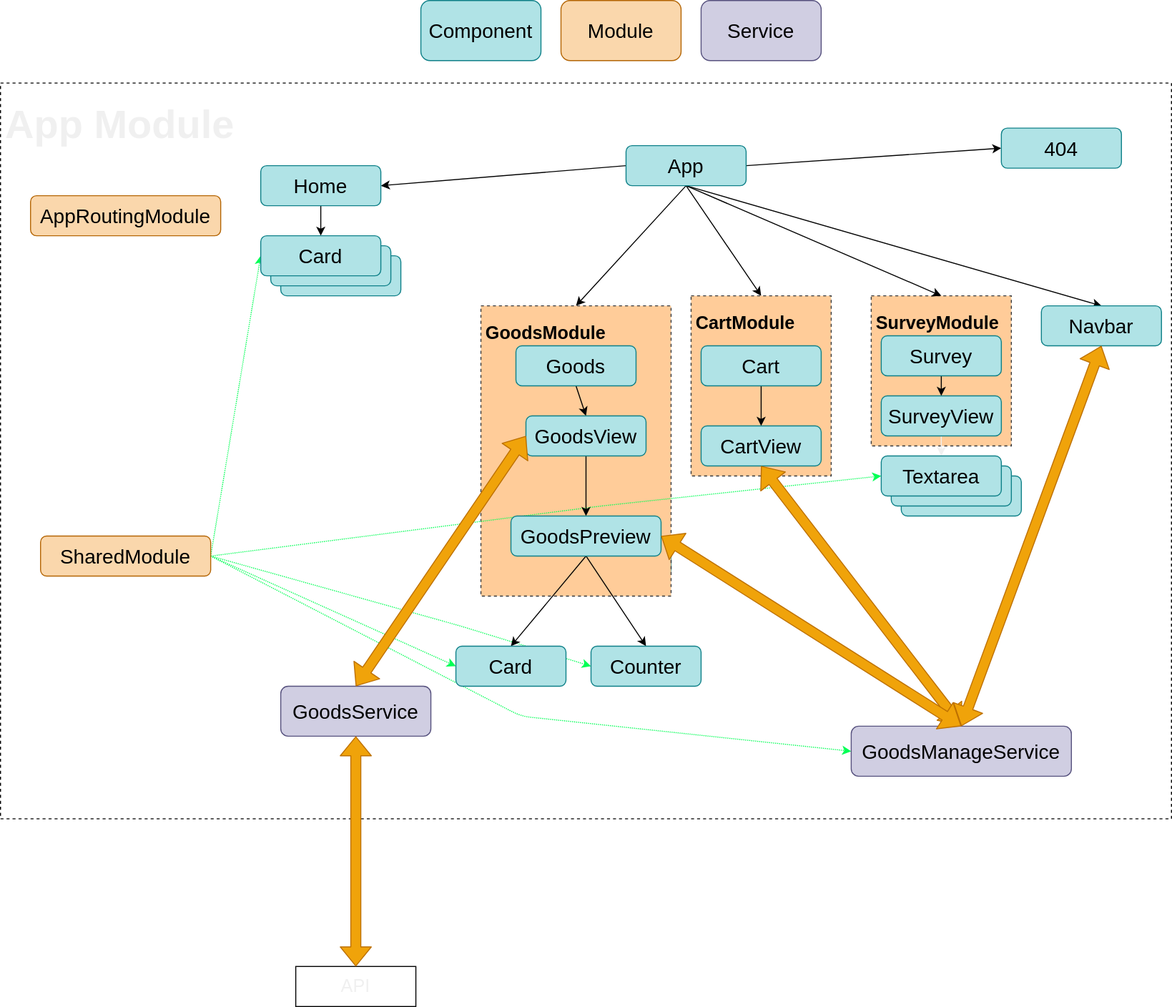
This is demo-structure.drawio.svg from Jsyfer/angular-demo, a draw.io export, as it was before one commit. Source tidied: cells renumbered, new cells last; positions are measured from the earlier drawing's top-left corner, leaving out a move shared by most shapes.
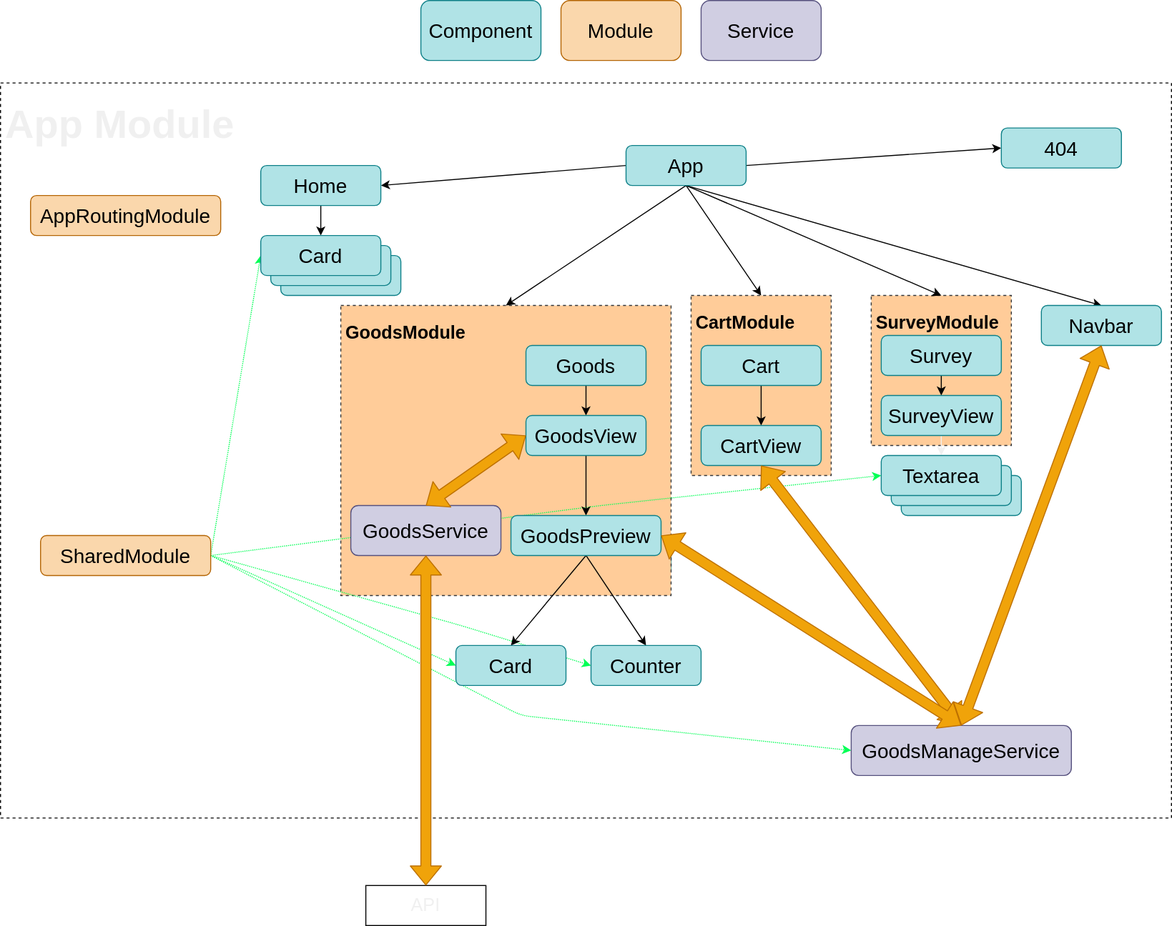
After the commit.

Diff of the diagram source:
```diff
@@ -2,15 +2,15 @@
   <root>
     <mxCell id="0" />
     <mxCell id="1" parent="0" />
+    <mxCell id="4" value="&lt;h1&gt;App Module&lt;/h1&gt;" style="text;html=1;strokeColor=default;fillColor=none;spacing=5;spacingTop=-20;whiteSpace=wrap;overflow=hidden;rounded=0;fontSize=20;fontColor=#F0F0F0;dashed=1;" parent="1" vertex="1">
+      <mxGeometry y="82.5" width="1170" height="735" as="geometry" />
+    </mxCell>
-    <mxCell id="2" value="&lt;h5&gt;&lt;font style=&quot;font-size: 18px&quot; color=&quot;#000000&quot;&gt;SurveyModule&lt;/font&gt;&lt;/h5&gt;" style="text;html=1;strokeColor=#36393d;fillColor=#ffcc99;spacing=5;spacingTop=-20;whiteSpace=wrap;overflow=hidden;rounded=0;fontSize=20;dashed=1;" parent="1" vertex="1">
+    <mxCell id="2" value="&lt;h5&gt;&lt;font style=&quot;font-size: 18px&quot; color=&quot;#000000&quot;&gt;SurveyModule&lt;/font&gt;&lt;/h5&gt;&lt;div&gt;&lt;font style=&quot;font-size: 18px&quot; color=&quot;#000000&quot;&gt;&lt;br&gt;&lt;/font&gt;&lt;/div&gt;" style="text;html=1;strokeColor=#36393d;fillColor=#ffcc99;spacing=5;spacingTop=-20;whiteSpace=wrap;overflow=hidden;rounded=0;fontSize=20;dashed=1;" parent="1" vertex="1">
       <mxGeometry x="870" y="295" width="140" height="150" as="geometry" />
     </mxCell>
     <mxCell id="3" value="&lt;h5&gt;&lt;font style=&quot;font-size: 18px&quot; color=&quot;#000000&quot;&gt;CartModule&lt;/font&gt;&lt;/h5&gt;" style="text;html=1;strokeColor=#36393d;fillColor=#ffcc99;spacing=5;spacingTop=-20;whiteSpace=wrap;overflow=hidden;rounded=0;fontSize=20;dashed=1;" parent="1" vertex="1">
       <mxGeometry x="690" y="295" width="140" height="180" as="geometry" />
     </mxCell>
-    <mxCell id="4" value="&lt;h1&gt;App Module&lt;/h1&gt;" style="text;html=1;strokeColor=default;fillColor=none;spacing=5;spacingTop=-20;whiteSpace=wrap;overflow=hidden;rounded=0;fontSize=20;fontColor=#F0F0F0;dashed=1;" parent="1" vertex="1">
-      <mxGeometry y="82.5" width="1170" height="735" as="geometry" />
-    </mxCell>
     <mxCell id="5" value="&lt;span style=&quot;color: rgb(0 , 0 , 0)&quot;&gt;Textarea&lt;/span&gt;&lt;font color=&quot;#000000&quot;&gt;&lt;br&gt;&lt;/font&gt;" style="rounded=1;whiteSpace=wrap;html=1;fontSize=20;fillColor=#b0e3e6;strokeColor=#0e8088;" parent="1" vertex="1">
       <mxGeometry x="900" y="475" width="120" height="40" as="geometry" />
     </mxCell>
@@ -24,7 +24,7 @@
       <mxGeometry x="510" y="525" width="150" height="40" as="geometry" />
     </mxCell>
     <mxCell id="9" value="&lt;h5&gt;&lt;font style=&quot;font-size: 18px&quot; color=&quot;#000000&quot;&gt;GoodsModule&lt;/font&gt;&lt;/h5&gt;" style="text;html=1;strokeColor=#36393d;fillColor=#ffcc99;spacing=5;spacingTop=-20;whiteSpace=wrap;overflow=hidden;rounded=0;fontSize=20;dashed=1;" parent="1" vertex="1">
-      <mxGeometry x="480" y="305" width="190" height="290" as="geometry" />
+      <mxGeometry x="340" y="305" width="330" height="290" as="geometry" />
     </mxCell>
     <mxCell id="10" style="edgeStyle=none;html=1;entryX=0.5;entryY=0;entryDx=0;entryDy=0;fontSize=20;fontColor=#000000;exitX=0.5;exitY=1;exitDx=0;exitDy=0;" parent="1" edge="1" source="16" target="17">
       <mxGeometry relative="1" as="geometry" />
@@ -105,7 +105,7 @@
       <mxGeometry relative="1" as="geometry" />
     </mxCell>
     <mxCell id="32" value="&lt;font color=&quot;#000000&quot;&gt;Goods&lt;/font&gt;" style="rounded=1;whiteSpace=wrap;html=1;fontSize=20;fillColor=#b0e3e6;strokeColor=#0e8088;" parent="1" vertex="1">
-      <mxGeometry x="515" y="345" width="120" height="40" as="geometry" />
+      <mxGeometry x="525" y="345" width="120" height="40" as="geometry" />
     </mxCell>
     <mxCell id="33" style="edgeStyle=none;html=1;exitX=0.5;exitY=1;exitDx=0;exitDy=0;entryX=0.5;entryY=0;entryDx=0;entryDy=0;" parent="1" edge="1" source="34" target="49">
       <mxGeometry relative="1" as="geometry" />
@@ -120,7 +120,7 @@
       <mxGeometry x="880" y="335" width="120" height="40" as="geometry" />
     </mxCell>
     <mxCell id="37" value="&lt;font color=&quot;#000000&quot;&gt;&lt;span style=&quot;font-size: 20px&quot;&gt;GoodsService&lt;/span&gt;&lt;/font&gt;" style="rounded=1;whiteSpace=wrap;html=1;fillColor=#d0cee2;strokeColor=#56517e;" parent="1" vertex="1">
-      <mxGeometry x="280" y="685" width="150" height="50" as="geometry" />
+      <mxGeometry x="350" y="505" width="150" height="50" as="geometry" />
     </mxCell>
     <mxCell id="38" value="&lt;font color=&quot;#000000&quot;&gt;&lt;span style=&quot;font-size: 20px&quot;&gt;GoodsManageService&lt;/span&gt;&lt;/font&gt;" style="rounded=1;whiteSpace=wrap;html=1;fillColor=#d0cee2;strokeColor=#56517e;" parent="1" vertex="1">
       <mxGeometry x="850" y="725" width="220" height="50" as="geometry" />
@@ -180,7 +180,7 @@
       <mxGeometry relative="1" as="geometry" />
     </mxCell>
     <mxCell id="57" value="&lt;font color=&quot;#f0f0f0&quot;&gt;API&lt;/font&gt;" style="rounded=0;whiteSpace=wrap;html=1;fontSize=18;fontColor=#000000;" parent="1" vertex="1">
-      <mxGeometry x="295" y="965" width="120" height="40" as="geometry" />
+      <mxGeometry x="365" y="885" width="120" height="40" as="geometry" />
     </mxCell>
     <mxCell id="58" style="shape=flexArrow;endArrow=classic;startArrow=classic;html=1;entryX=0.5;entryY=1;entryDx=0;entryDy=0;exitX=0.5;exitY=0;exitDx=0;exitDy=0;fillColor=#f0a30a;strokeColor=#BD7000;" parent="1" edge="1" source="57" target="37">
       <mxGeometry relative="1" as="geometry" />
```
